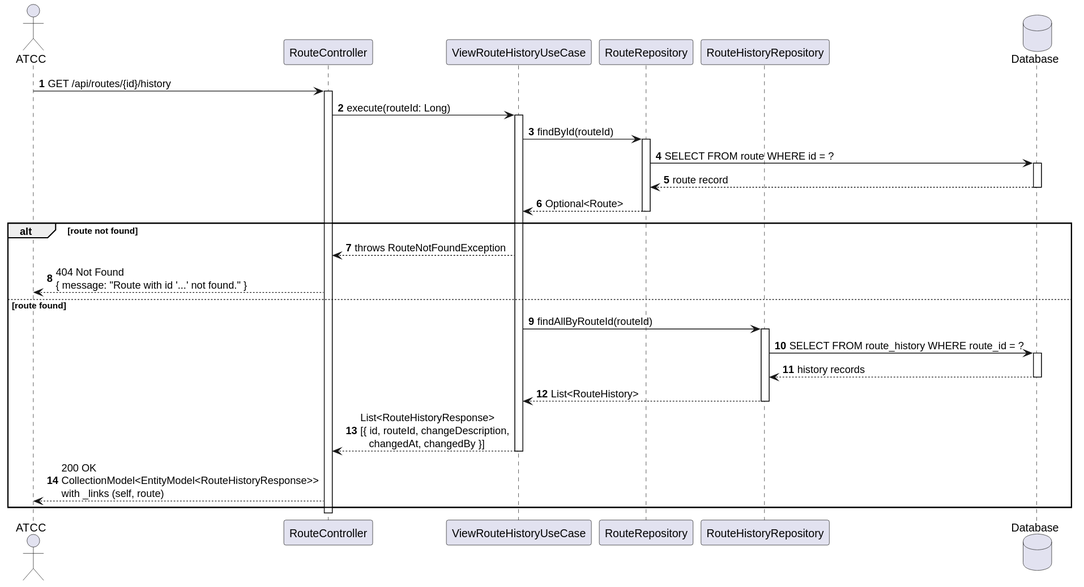
Above: docs/system-documentation/use-cases/WP3A/US111/svg/sd_us111.svg in VascoMagolo/psoft_1231562_1241692_1242036_2db (PlantUML), before the change.
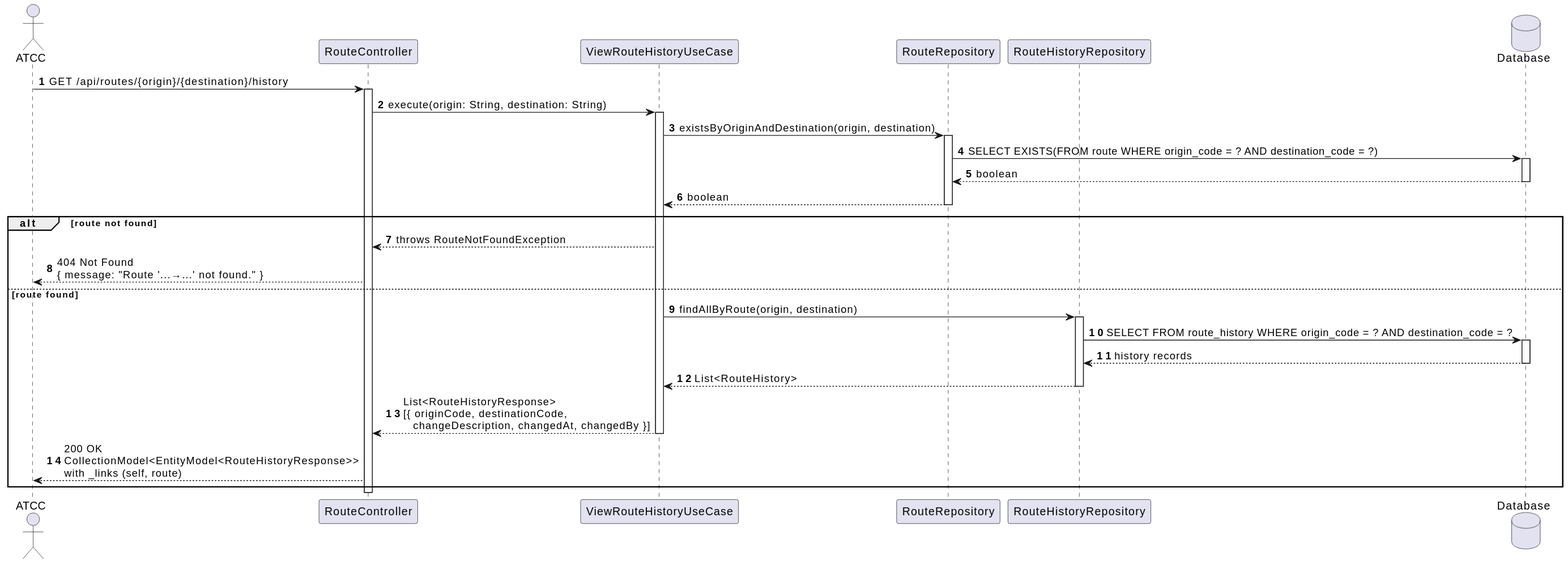
Later version of the same file.

Change to the diagram source:
```diff
@@ -7,35 +7,35 @@
 participant "RouteHistoryRepository" as HistoryRepo
 database "Database" as DB
 
-Actor -> Ctrl : GET /api/routes/{id}/history
+Actor -> Ctrl : GET /api/routes/{origin}/{destination}/history
 activate Ctrl
 
-Ctrl -> UC : execute(routeId: Long)
+Ctrl -> UC : execute(origin: String, destination: String)
 activate UC
 
-UC -> RouteRepo : findById(routeId)
+UC -> RouteRepo : existsByOriginAndDestination(origin, destination)
 activate RouteRepo
-RouteRepo -> DB : SELECT FROM route WHERE id = ?
+RouteRepo -> DB : SELECT EXISTS(FROM route WHERE origin_code = ? AND destination_code = ?)
 activate DB
-DB --> RouteRepo : route record
+DB --> RouteRepo : boolean
 deactivate DB
-RouteRepo --> UC : Optional<Route>
+RouteRepo --> UC : boolean
 deactivate RouteRepo
 
 alt route not found
   UC --> Ctrl : throws RouteNotFoundException
-  Ctrl --> Actor : 404 Not Found\n{ message: "Route with id '...' not found." }
+  Ctrl --> Actor : 404 Not Found\n{ message: "Route '...→...' not found." }
 else route found
-  UC -> HistoryRepo : findAllByRouteId(routeId)
+  UC -> HistoryRepo : findAllByRoute(origin, destination)
   activate HistoryRepo
-  HistoryRepo -> DB : SELECT FROM route_history WHERE route_id = ?
+  HistoryRepo -> DB : SELECT FROM route_history WHERE origin_code = ? AND destination_code = ?
   activate DB
   DB --> HistoryRepo : history records
   deactivate DB
   HistoryRepo --> UC : List<RouteHistory>
   deactivate HistoryRepo
 
-  UC --> Ctrl : List<RouteHistoryResponse>\n[{ id, routeId, changeDescription,\n   changedAt, changedBy }]
+  UC --> Ctrl : List<RouteHistoryResponse>\n[{ originCode, destinationCode,\n   changeDescription, changedAt, changedBy }]
   deactivate UC
   Ctrl --> Actor : 200 OK\nCollectionModel<EntityModel<RouteHistoryResponse>>\nwith _links (self, route)
 end
```
